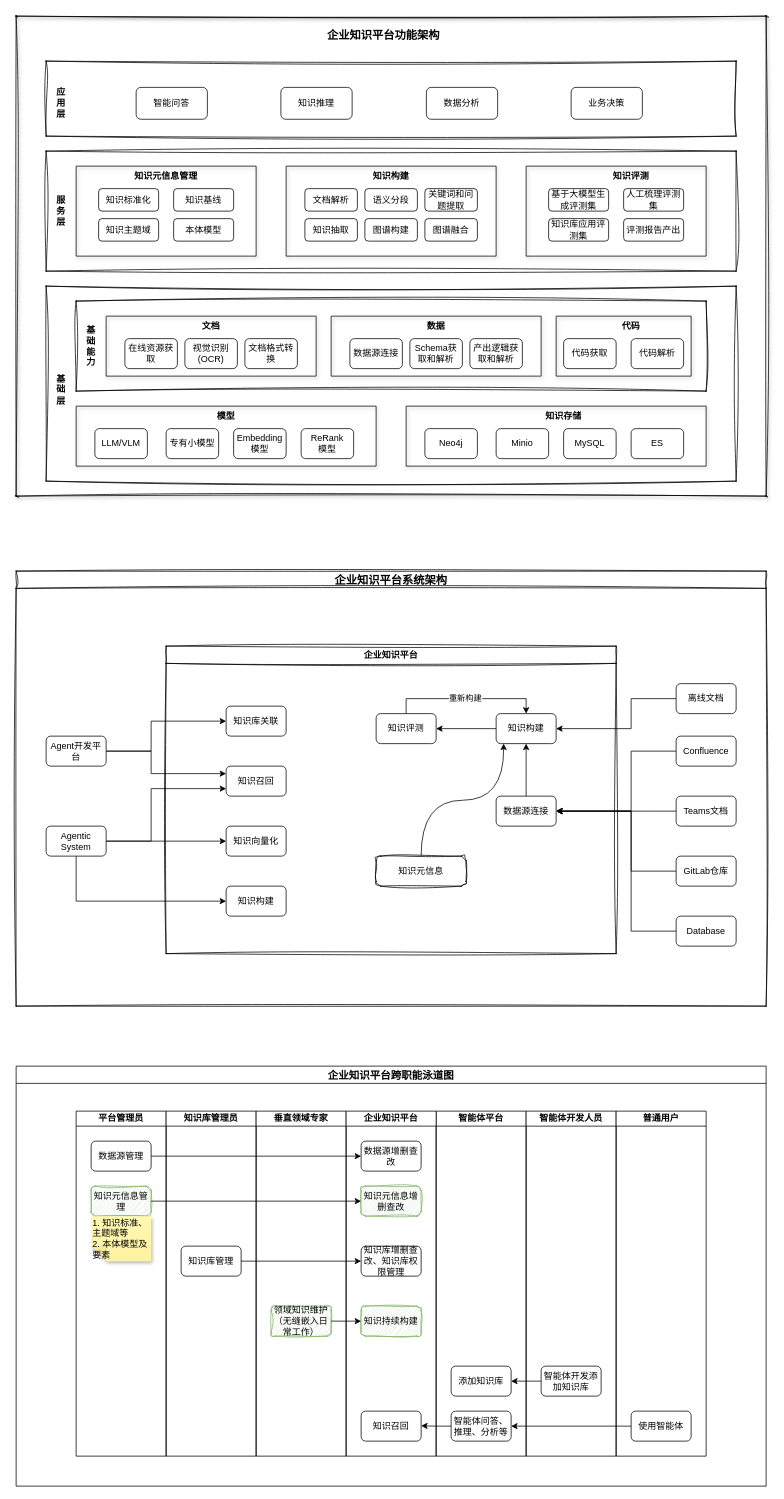
Earlier version of the draw.io diagram page "平台整体设计" (1 of 2) of biz_flow/企业知识平台设计.drawio (hlld3344/diagrams). Source tidied: cells renumbered, new cells numbered last; positions are measured from the earlier drawing's top-left corner, leaving out a move shared by most shapes. Both pictures are drawn from the tidied source at 75%, with x=0, y=0 at pixel (16, 16).
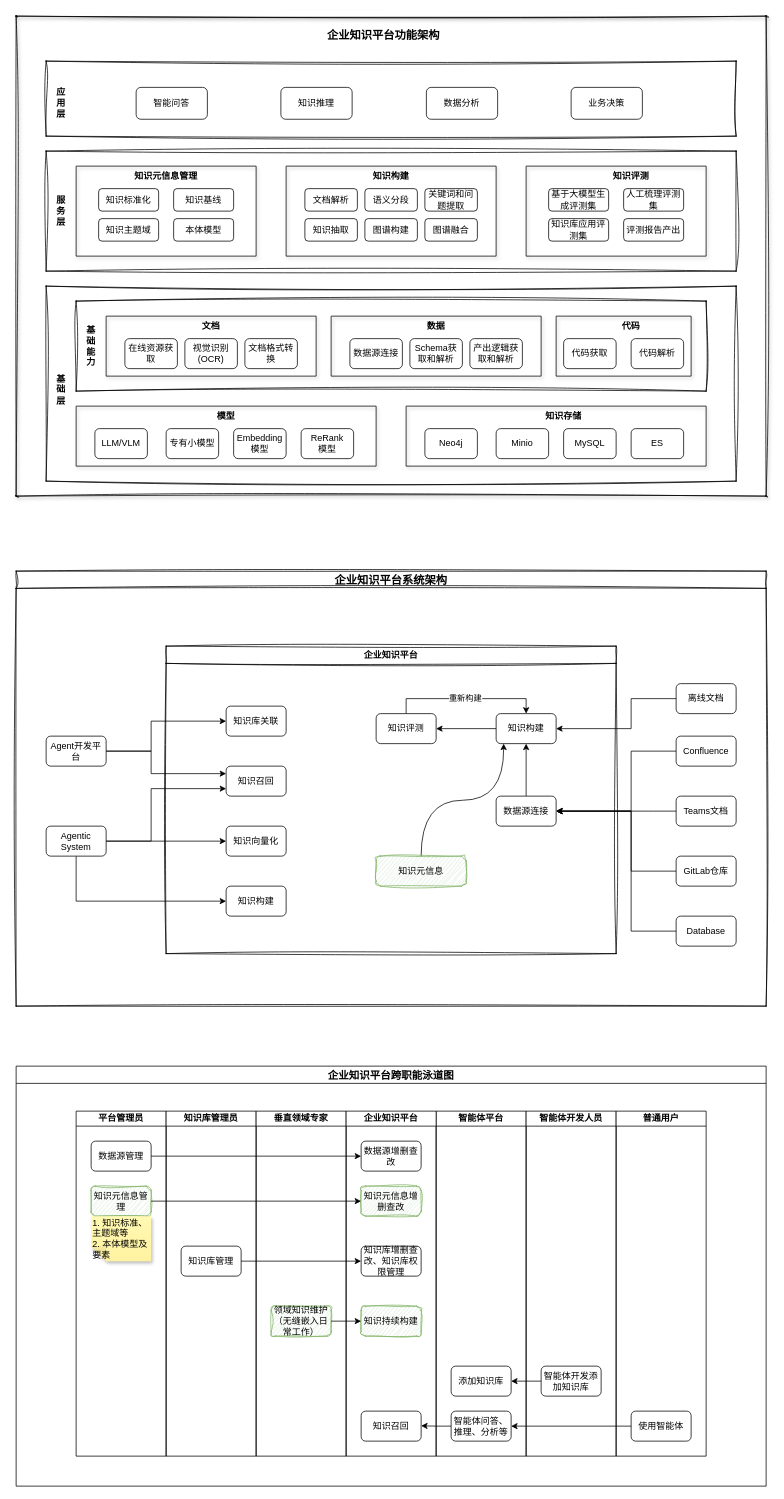
The same diagram, later.

Commit message:
更新企业知识平台设计.drawio

Unchanged cells that the change refers to:
```xml
<mxCell id="63" value="企业知识平台" style="swimlane;whiteSpace=wrap;html=1;sketch=1;curveFitting=1;jiggle=2;" parent="62" vertex="1">
  <mxGeometry x="200" y="100" width="600" height="410" as="geometry" />
</mxCell>
```

What changed in the source:
```diff
@@
-    <mxCell id="73" value="知识元信息" style="rounded=1;whiteSpace=wrap;html=1;sketch=1;curveFitting=1;jiggle=2;" parent="63" vertex="1">
+    <mxCell id="73" value="知识元信息" style="rounded=1;whiteSpace=wrap;html=1;sketch=1;curveFitting=1;jiggle=2;fillColor=#d5e8d4;strokeColor=#82b366;" parent="63" vertex="1">
       <mxGeometry x="280" y="280" width="120" height="40" as="geometry" />
     </mxCell>
```
